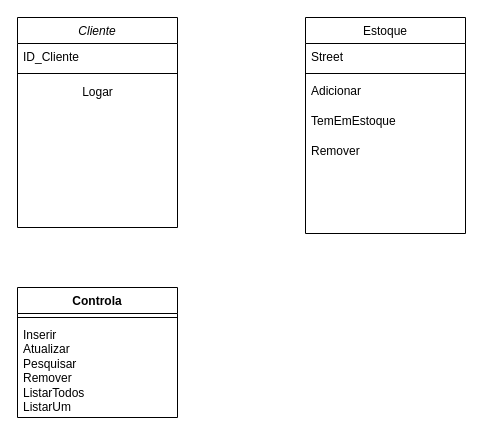
AlecrimLunar/Banco-de-dados-Livraria keeps this draw.io diagram as Documentação/UML_Primeira_Parte.drawio. Above is the earlier version. Source tidied: cells renumbered, new cells numbered last; positions are measured from the earlier drawing's top-left corner, leaving out a move shared by most shapes. Both pictures are drawn from the tidied source at 100%, with x=0, y=0 at pixel (17, 17).
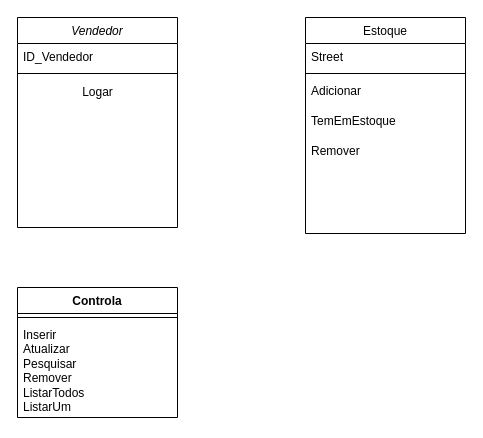
Above is the later version.

Diff of the diagram source:
```diff
@@
 <mxGraphModel>
   <root>
     <mxCell id="0" />
     <mxCell id="1" parent="0" />
-    <mxCell id="2" value="Cliente" style="swimlane;fontStyle=2;align=center;verticalAlign=top;horizontal=1;startSize=26;rounded=0;shadow=0;strokeWidth=1;" parent="1" vertex="1">
+    <mxCell id="2" value="Vendedor" style="swimlane;fontStyle=2;align=center;verticalAlign=top;horizontal=1;startSize=26;rounded=0;shadow=0;strokeWidth=1;" parent="1" vertex="1">
       <mxGeometry width="160" height="210" as="geometry" />
     </mxCell>
-    <mxCell id="3" value="ID_Cliente" style="text;align=left;verticalAlign=top;spacingLeft=4;spacingRight=4;overflow=hidden;" parent="2" vertex="1">
+    <mxCell id="3" value="ID_Vendedor" style="text;align=left;verticalAlign=top;spacingLeft=4;spacingRight=4;overflow=hidden;" parent="2" vertex="1">
       <mxGeometry y="26" width="160" height="26" as="geometry" />
     </mxCell>
     <mxCell id="4" style="line;html=1;strokeWidth=1;align=left;verticalAlign=middle;spacingTop=-1;spacingLeft=3;spacingRight=3;labelPosition=right;" parent="2" vertex="1">
       <mxGeometry y="52" width="160" height="8" as="geometry" />
     </mxCell>
     <mxCell id="5" value="Logar" style="text;html=1;align=center;verticalAlign=middle;strokeColor=none;fillColor=none;" parent="2" vertex="1">
       <mxGeometry y="60" width="160" height="30" as="geometry" />
     </mxCell>
     <mxCell id="6" value="Estoque" style="swimlane;fontStyle=0;align=center;verticalAlign=top;horizontal=1;startSize=26;rounded=0;shadow=0;strokeWidth=1;" parent="1" vertex="1">
       <mxGeometry x="288" width="160" height="216" as="geometry" />
     </mxCell>
     <mxCell id="7" value="Street" style="text;align=left;verticalAlign=top;spacingLeft=4;spacingRight=4;overflow=hidden;" parent="6" vertex="1">
       <mxGeometry y="26" width="160" height="26" as="geometry" />
     </mxCell>
     <mxCell id="8" style="line;html=1;strokeWidth=1;align=left;verticalAlign=middle;spacingTop=-1;spacingLeft=3;spacingRight=3;labelPosition=right;" parent="6" vertex="1">
       <mxGeometry y="52" width="160" height="8" as="geometry" />
     </mxCell>
     <mxCell id="9" value="Adicionar&#10;" style="text;align=left;verticalAlign=top;spacingLeft=4;spacingRight=4;overflow=hidden;" parent="6" vertex="1">
       <mxGeometry y="60" width="160" height="30" as="geometry" />
     </mxCell>
     <mxCell id="10" value="TemEmEstoque" style="text;align=left;verticalAlign=top;spacingLeft=4;spacingRight=4;overflow=hidden;" parent="6" vertex="1">
       <mxGeometry y="90" width="160" height="30" as="geometry" />
     </mxCell>
     <mxCell id="11" value="Remover" style="text;align=left;verticalAlign=top;spacingLeft=4;spacingRight=4;overflow=hidden;" parent="6" vertex="1">
       <mxGeometry y="120" width="160" height="30" as="geometry" />
     </mxCell>
     <mxCell id="12" value="Controla" style="swimlane;fontStyle=1;align=center;verticalAlign=top;horizontal=1;startSize=26;whiteSpace=wrap;html=1;" parent="1" vertex="1">
       <mxGeometry y="270" width="160" height="130" as="geometry" />
     </mxCell>
     <mxCell id="13" style="line;strokeWidth=1;fillColor=none;align=left;verticalAlign=middle;spacingTop=-1;spacingLeft=3;spacingRight=3;labelPosition=right;strokeColor=inherit;" parent="12" vertex="1">
       <mxGeometry y="26" width="160" height="8" as="geometry" />
     </mxCell>
     <mxCell id="14" value="Inserir&lt;br&gt;Atualizar&lt;br&gt;Pesquisar&lt;br&gt;Remover&lt;br&gt;ListarTodos&lt;br&gt;ListarUm" style="text;strokeColor=none;fillColor=none;align=left;verticalAlign=top;spacingLeft=4;spacingRight=4;overflow=hidden;whiteSpace=wrap;html=1;" parent="12" vertex="1">
       <mxGeometry y="34" width="160" height="96" as="geometry" />
     </mxCell>
   </root>
 </mxGraphModel>
```
